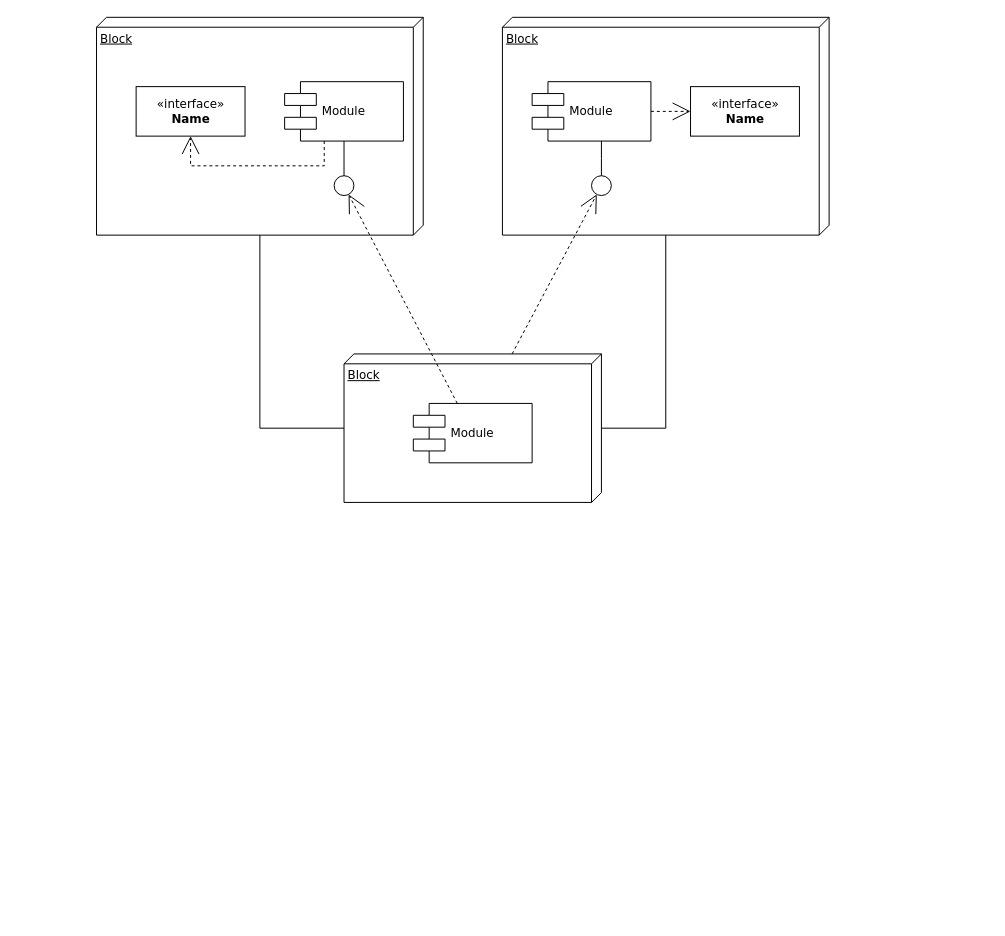
This is Untitled Diagram.drawio from mischano/Study-Connect, a draw.io file, before an edit. Source tidied: cells renumbered, new cells numbered last; positions are measured from the earlier drawing's top-left corner, leaving out a move shared by most shapes. Both pictures are drawn from the tidied source at 99%, with x=0, y=0 at pixel (96, 17).
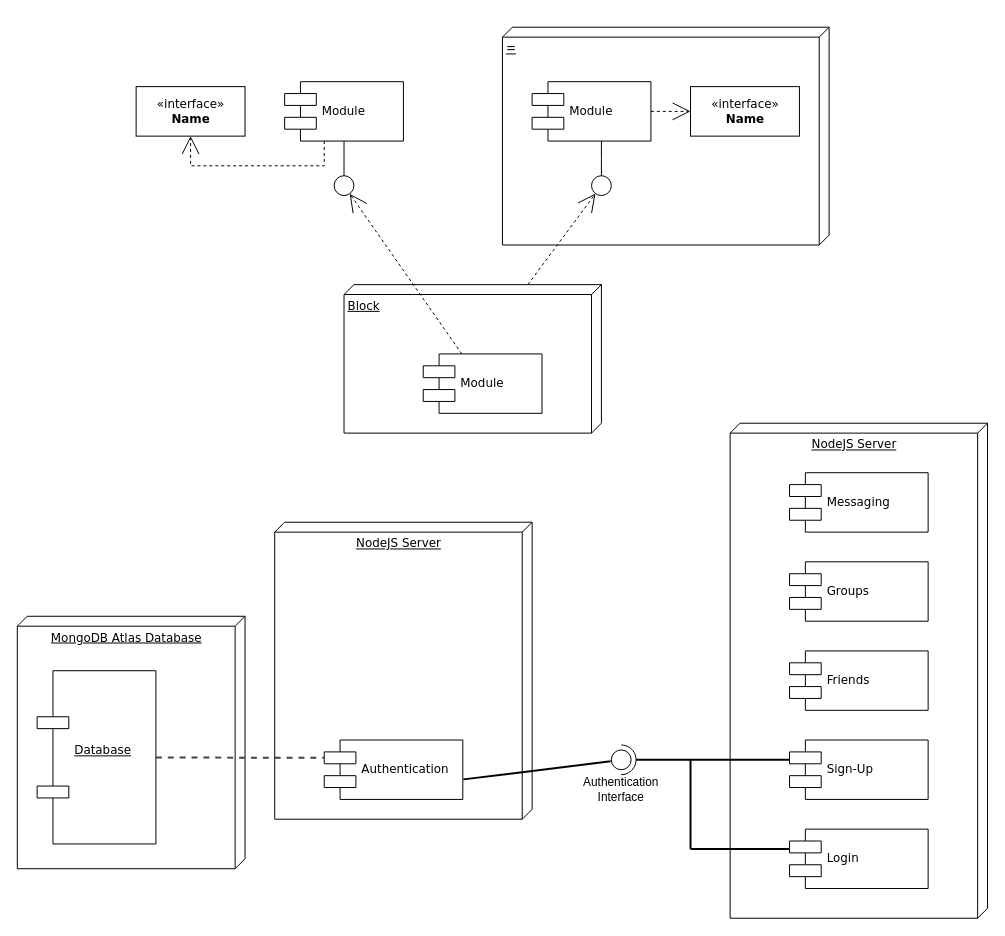
The same diagram, later.

Commit message:
Worked on deployment diagram

The edit, as a diff of the source:
```diff
@@
+    <mxCell id="20" style="verticalLabelPosition=bottom;verticalAlign=top;html=1;shape=mxgraph.basic.arc;startAngle=0.5016075710155771;endAngle=0.001607571015577117;rotation=-180;" parent="1" vertex="1">
+      <mxGeometry x="515" y="735" width="30" height="30" as="geometry" />
+    </mxCell>
-    <mxCell id="2" value="Block" style="verticalAlign=top;align=left;spacingTop=8;spacingLeft=2;spacingRight=12;shape=cube;size=10;direction=south;fontStyle=4;html=1;rounded=0;shadow=0;comic=0;labelBackgroundColor=none;strokeWidth=1;fontFamily=Verdana;fontSize=12;" parent="1" vertex="1">
-      <mxGeometry width="330" height="220" as="geometry" />
+    <mxCell id="2" value="&lt;div&gt;&lt;span&gt;MongoDB Atlas Database&lt;/span&gt;&lt;/div&gt;" style="verticalAlign=top;align=center;spacingTop=8;spacingLeft=2;spacingRight=12;shape=cube;size=10;direction=south;fontStyle=4;html=1;rounded=0;shadow=0;comic=0;labelBackgroundColor=none;strokeWidth=1;fontFamily=Verdana;fontSize=12;" parent="1" vertex="1">
+      <mxGeometry x="-80" y="605" width="230" height="255" as="geometry" />
     </mxCell>
-    <mxCell id="3" value="Block" style="verticalAlign=top;align=left;spacingTop=8;spacingLeft=2;spacingRight=12;shape=cube;size=10;direction=south;fontStyle=4;html=1;rounded=0;shadow=0;comic=0;labelBackgroundColor=none;strokeWidth=1;fontFamily=Verdana;fontSize=12;" parent="1" vertex="1">
-      <mxGeometry x="410" width="330" height="220" as="geometry" />
+    <mxCell id="3" value="=" style="verticalAlign=top;align=left;spacingTop=8;spacingLeft=2;spacingRight=12;shape=cube;size=10;direction=south;fontStyle=4;html=1;rounded=0;shadow=0;comic=0;labelBackgroundColor=none;strokeWidth=1;fontFamily=Verdana;fontSize=12;" parent="1" vertex="1">
+      <mxGeometry x="410" y="10" width="330" height="220" as="geometry" />
     </mxCell>
     <mxCell id="4" value="Block" style="verticalAlign=top;align=left;spacingTop=8;spacingLeft=2;spacingRight=12;shape=cube;size=10;direction=south;fontStyle=4;html=1;rounded=0;shadow=0;comic=0;labelBackgroundColor=none;strokeWidth=1;fontFamily=Verdana;fontSize=12;" parent="1" vertex="1">
-      <mxGeometry x="250" y="340" width="260" height="150" as="geometry" />
+      <mxGeometry x="250" y="270" width="260" height="150" as="geometry" />
     </mxCell>
@@
     <mxCell id="11" value="Module" style="shape=component;align=left;spacingLeft=36;rounded=0;shadow=0;comic=0;labelBackgroundColor=none;strokeWidth=1;fontFamily=Verdana;fontSize=12;html=1;" parent="1" vertex="1">
-      <mxGeometry x="320" y="390" width="120" height="60" as="geometry" />
+      <mxGeometry x="330" y="340" width="120" height="60" as="geometry" />
     </mxCell>
@@
-    <mxCell id="18" style="edgeStyle=orthogonalEdgeStyle;rounded=0;html=1;labelBackgroundColor=none;startArrow=none;startFill=0;startSize=8;endArrow=none;endFill=0;endSize=16;fontFamily=Verdana;fontSize=12;" parent="1" edge="1" source="4" target="3">
-      <mxGeometry relative="1" as="geometry">
-        <Array as="points">
-          <mxPoint x="575" y="415" />
-        </Array>
-      </mxGeometry>
-    </mxCell>
-    <mxCell id="19" style="edgeStyle=orthogonalEdgeStyle;rounded=0;html=1;labelBackgroundColor=none;startArrow=none;startFill=0;startSize=8;endArrow=none;endFill=0;endSize=16;fontFamily=Verdana;fontSize=12;" parent="1" edge="1" source="4" target="2">
-      <mxGeometry relative="1" as="geometry">
-        <Array as="points">
-          <mxPoint x="165" y="415" />
-        </Array>
-      </mxGeometry>
-    </mxCell>
+    <mxCell id="21" value="&lt;u&gt;Database&lt;br&gt;&lt;br&gt;&lt;/u&gt;" style="shape=component;align=left;spacingLeft=36;rounded=0;shadow=0;comic=0;labelBackgroundColor=none;strokeWidth=1;fontFamily=Verdana;fontSize=12;html=1;" parent="1" vertex="1">
+      <mxGeometry x="-60" y="660" width="120" height="175" as="geometry" />
+    </mxCell>
+    <mxCell id="22" value="NodeJS Server" style="verticalAlign=top;align=center;spacingTop=8;spacingLeft=2;spacingRight=12;shape=cube;size=10;direction=south;fontStyle=4;html=1;rounded=0;shadow=0;comic=0;labelBackgroundColor=none;strokeWidth=1;fontFamily=Verdana;fontSize=12;" parent="1" vertex="1">
+      <mxGeometry x="180" y="510" width="260" height="300" as="geometry" />
+    </mxCell>
+    <mxCell id="23" value="Authentication" style="shape=component;align=left;spacingLeft=36;rounded=0;shadow=0;comic=0;labelBackgroundColor=none;strokeWidth=1;fontFamily=Verdana;fontSize=12;html=1;" parent="1" vertex="1">
+      <mxGeometry x="230" y="730" width="140" height="60" as="geometry" />
+    </mxCell>
+    <mxCell id="24" value="NodeJS Server" style="verticalAlign=top;align=center;spacingTop=8;spacingLeft=2;spacingRight=12;shape=cube;size=10;direction=south;fontStyle=4;html=1;rounded=0;shadow=0;comic=0;labelBackgroundColor=none;strokeWidth=1;fontFamily=Verdana;fontSize=12;" parent="1" vertex="1">
+      <mxGeometry x="640" y="410" width="260" height="500" as="geometry" />
+    </mxCell>
+    <mxCell id="25" value="Messaging" style="shape=component;align=left;spacingLeft=36;rounded=0;shadow=0;comic=0;labelBackgroundColor=none;strokeWidth=1;fontFamily=Verdana;fontSize=12;html=1;" parent="1" vertex="1">
+      <mxGeometry x="700" y="460" width="140" height="60" as="geometry" />
+    </mxCell>
+    <mxCell id="26" value="Groups" style="shape=component;align=left;spacingLeft=36;rounded=0;shadow=0;comic=0;labelBackgroundColor=none;strokeWidth=1;fontFamily=Verdana;fontSize=12;html=1;" parent="1" vertex="1">
+      <mxGeometry x="700" y="550" width="140" height="60" as="geometry" />
+    </mxCell>
+    <mxCell id="27" value="Friends" style="shape=component;align=left;spacingLeft=36;rounded=0;shadow=0;comic=0;labelBackgroundColor=none;strokeWidth=1;fontFamily=Verdana;fontSize=12;html=1;" parent="1" vertex="1">
+      <mxGeometry x="700" y="640" width="140" height="60" as="geometry" />
+    </mxCell>
+    <mxCell id="28" value="Sign-Up" style="shape=component;align=left;spacingLeft=36;rounded=0;shadow=0;comic=0;labelBackgroundColor=none;strokeWidth=1;fontFamily=Verdana;fontSize=12;html=1;" parent="1" vertex="1">
+      <mxGeometry x="700" y="730" width="140" height="60" as="geometry" />
+    </mxCell>
+    <mxCell id="29" value="Login" style="shape=component;align=left;spacingLeft=36;rounded=0;shadow=0;comic=0;labelBackgroundColor=none;strokeWidth=1;fontFamily=Verdana;fontSize=12;html=1;" parent="1" vertex="1">
+      <mxGeometry x="700" y="820" width="140" height="60" as="geometry" />
+    </mxCell>
+    <mxCell id="30" value="&lt;br&gt;&lt;br&gt;&lt;br&gt;&lt;br&gt;" style="ellipse;whiteSpace=wrap;html=1;rounded=0;shadow=0;comic=0;labelBackgroundColor=none;strokeWidth=1;fontFamily=Verdana;fontSize=12;align=center;" parent="1" vertex="1">
+      <mxGeometry x="520" y="740" width="20" height="20" as="geometry" />
+    </mxCell>
+    <mxCell id="31" value="Authentication Interface" style="text;html=1;strokeColor=none;fillColor=none;align=center;verticalAlign=middle;whiteSpace=wrap;rounded=0;" parent="1" vertex="1">
+      <mxGeometry x="510" y="770" width="40" height="20" as="geometry" />
+    </mxCell>
+    <mxCell id="32" style="line;strokeWidth=2;html=1;" parent="1" vertex="1">
+      <mxGeometry x="545" y="745" width="155" height="10" as="geometry" />
+    </mxCell>
+    <mxCell id="33" style="line;strokeWidth=2;html=1;" parent="1" vertex="1">
+      <mxGeometry x="600" y="835" width="100" height="10" as="geometry" />
+    </mxCell>
+    <mxCell id="34" style="line;strokeWidth=2;direction=south;html=1;" parent="1" vertex="1">
+      <mxGeometry x="595" y="750" width="10" height="90" as="geometry" />
+    </mxCell>
+    <mxCell id="35" style="line;strokeWidth=2;html=1;rotation=-7;" parent="1" vertex="1">
+      <mxGeometry x="370" y="755.6" width="150" height="10" as="geometry" />
+    </mxCell>
+    <mxCell id="36" style="edgeStyle=none;rounded=0;html=1;entryX=0;entryY=0.3;jettySize=auto;strokeColor=#404040;strokeWidth=2;fontColor=#000000;jumpStyle=none;endArrow=none;endFill=0;startArrow=none;dashed=1;entryDx=0;entryDy=0;" parent="1" edge="1" source="21" target="23">
+      <mxGeometry relative="1" as="geometry" />
+    </mxCell>
```
